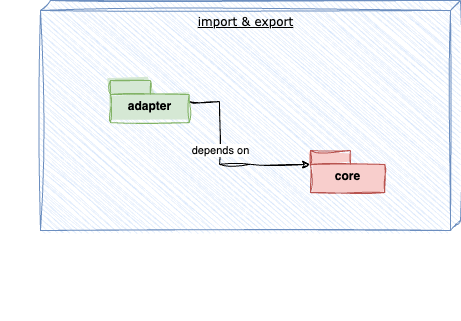
The draw.io diagram docs/assets/static-level-3.drawio.png in tinohertlein/timesheet-wizard, before a commit. Source tidied: cells renumbered, new cells last; positions are measured from the earlier drawing's top-left corner, leaving out a move shared by most shapes.
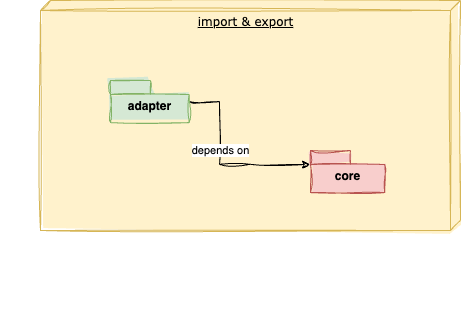
The same file after the commit.

Commit message:
docs: style static diagrams

The edit, as a diff of the source:
```diff
@@ -5,7 +5,7 @@
     <mxCell id="2" style="group;align=center;verticalAlign=bottom;" parent="1" vertex="1">
       <mxGeometry width="460" height="320" as="geometry" />
     </mxCell>
-    <mxCell id="3" value="import &amp;amp; export" style="verticalAlign=top;align=center;spacingTop=8;spacingLeft=2;spacingRight=12;shape=cube;size=10;direction=south;fontStyle=4;html=1;rounded=0;shadow=0;comic=0;labelBackgroundColor=none;strokeWidth=1;fontFamily=Verdana;fontSize=12;sketch=1;curveFitting=1;jiggle=2;fillColor=#dae8fc;strokeColor=#6c8ebf;" parent="2" vertex="1">
+    <mxCell id="3" value="import &amp;amp; export" style="verticalAlign=top;align=center;spacingTop=8;spacingLeft=2;spacingRight=12;shape=cube;size=10;direction=south;fontStyle=4;html=1;rounded=0;shadow=0;comic=0;labelBackgroundColor=none;strokeWidth=1;fontFamily=Verdana;fontSize=12;sketch=1;curveFitting=1;jiggle=2;fillColor=#fff2cc;strokeColor=#d6b656;fillStyle=solid;" parent="2" vertex="1">
       <mxGeometry x="40" width="420" height="230" as="geometry" />
     </mxCell>
     <mxCell id="4" style="edgeStyle=orthogonalEdgeStyle;rounded=0;jettySize=auto;html=1;entryX=0;entryY=0;entryDx=0;entryDy=14;entryPerimeter=0;sketch=1;curveFitting=1;jiggle=2;" parent="2" edge="1" source="6" target="7">
```
